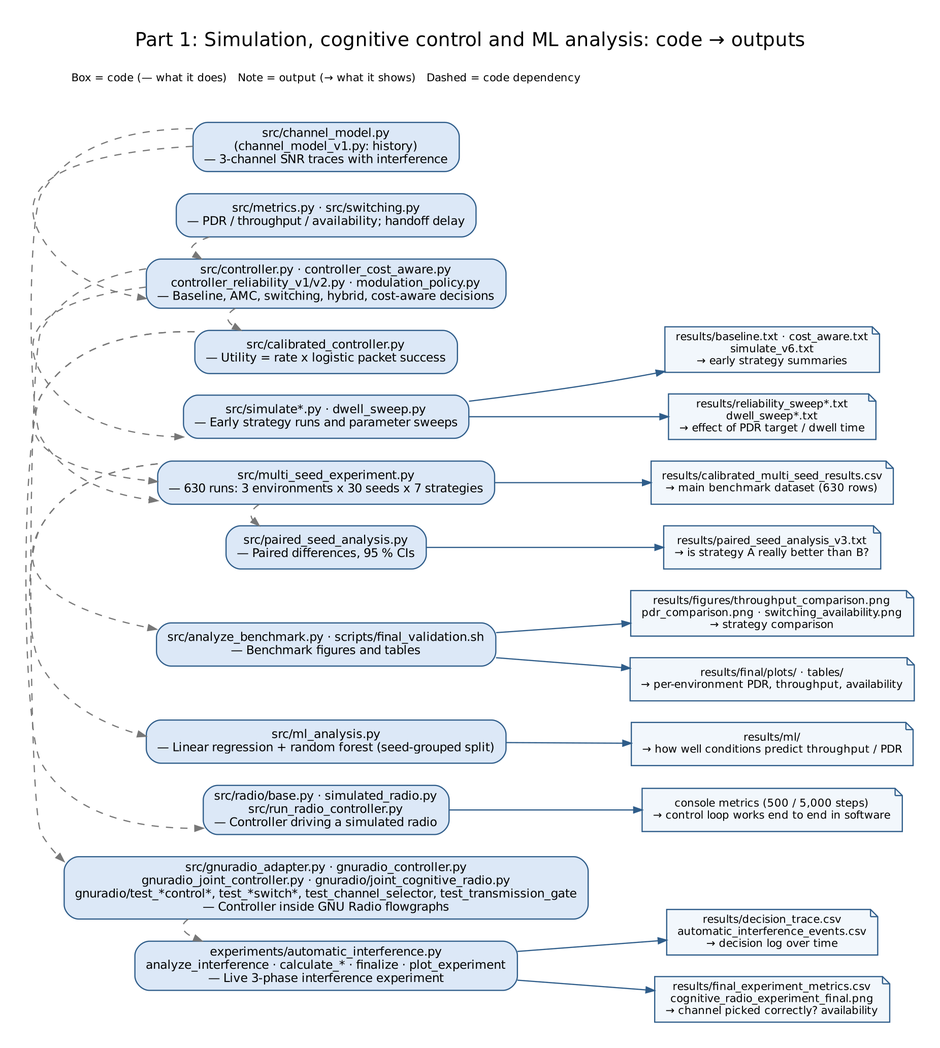
Before: docs/flowcharts/02_code_map_part1.png, a diagram exported from Graphviz (Aadiii21/cognitive-radio). Its source is kept beside it as docs/flowcharts/02_code_map_part1.dot. Source of this version:
```dot
digraph G {
  graph [rankdir=LR, fontname="Helvetica", fontsize=16, labelloc=t, nodesep=0.25, ranksep=0.45, pad=0.3];
  node [fontname="Helvetica", fontsize=10, margin="0.12,0.06"];
  edge [arrowsize=0.7, fontname="Helvetica"];
  label="Part 1: Simulation, cognitive control and ML analysis: code → outputs";
  chan [shape=box, style="rounded,filled", fillcolor="#DCE8F7", color="#2F5D8A", label="src/channel_model.py\n(channel_model_v1.py: history)\n— 3-channel SNR traces with interference"];
  metr [shape=box, style="rounded,filled", fillcolor="#DCE8F7", color="#2F5D8A", label="src/metrics.py · src/switching.py\n— PDR / throughput / availability; handoff delay"];
  ctrl [shape=box, style="rounded,filled", fillcolor="#DCE8F7", color="#2F5D8A", label="src/controller.py · controller_cost_aware.py\ncontroller_reliability_v1/v2.py · modulation_policy.py\n— Baseline, AMC, switching, hybrid, cost-aware decisions"];
  cal [shape=box, style="rounded,filled", fillcolor="#DCE8F7", color="#2F5D8A", label="src/calibrated_controller.py\n— Utility = rate x logistic packet success"];
  sims [shape=box, style="rounded,filled", fillcolor="#DCE8F7", color="#2F5D8A", label="src/simulate*.py · dwell_sweep.py\n— Early strategy runs and parameter sweeps"];
  sims_o0 [shape=note, style=filled, fillcolor="#F2F7FC", color="#2F5D8A", fontsize=9, label="results/baseline.txt · cost_aware.txt\nsimulate_v6.txt\n→ early strategy summaries"];
  sims -> sims_o0 [color="#2F5D8A"];
  sims_o1 [shape=note, style=filled, fillcolor="#F2F7FC", color="#2F5D8A", fontsize=9, label="results/reliability_sweep*.txt\ndwell_sweep*.txt\n→ effect of PDR target / dwell time"];
  sims -> sims_o1 [color="#2F5D8A"];
  bench [shape=box, style="rounded,filled", fillcolor="#DCE8F7", color="#2F5D8A", label="src/multi_seed_experiment.py\n— 630 runs: 3 environments x 30 seeds x 7 strategies"];
  bench_o0 [shape=note, style=filled, fillcolor="#F2F7FC", color="#2F5D8A", fontsize=9, label="results/calibrated_multi_seed_results.csv\n→ main benchmark dataset (630 rows)"];
  bench -> bench_o0 [color="#2F5D8A"];
  pair [shape=box, style="rounded,filled", fillcolor="#DCE8F7", color="#2F5D8A", label="src/paired_seed_analysis.py\n— Paired differences, 95 % CIs"];
  pair_o0 [shape=note, style=filled, fillcolor="#F2F7FC", color="#2F5D8A", fontsize=9, label="results/paired_seed_analysis_v3.txt\n→ is strategy A really better than B?"];
  pair -> pair_o0 [color="#2F5D8A"];
  anal [shape=box, style="rounded,filled", fillcolor="#DCE8F7", color="#2F5D8A", label="src/analyze_benchmark.py · scripts/final_validation.sh\n— Benchmark figures and tables"];
  anal_o0 [shape=note, style=filled, fillcolor="#F2F7FC", color="#2F5D8A", fontsize=9, label="results/figures/throughput_comparison.png\npdr_comparison.png · switching_availability.png\n→ strategy comparison"];
  anal -> anal_o0 [color="#2F5D8A"];
  anal_o1 [shape=note, style=filled, fillcolor="#F2F7FC", color="#2F5D8A", fontsize=9, label="results/final/plots/ · tables/\n→ per-environment PDR, throughput, availability"];
  anal -> anal_o1 [color="#2F5D8A"];
  ml [shape=box, style="rounded,filled", fillcolor="#DCE8F7", color="#2F5D8A", label="src/ml_analysis.py\n— Linear regression + random forest (seed-grouped split)"];
  ml_o0 [shape=note, style=filled, fillcolor="#F2F7FC", color="#2F5D8A", fontsize=9, label="results/ml/\n→ how well conditions predict throughput / PDR"];
  ml -> ml_o0 [color="#2F5D8A"];
  srad [shape=box, style="rounded,filled", fillcolor="#DCE8F7", color="#2F5D8A", label="src/radio/base.py · simulated_radio.py\nsrc/run_radio_controller.py\n— Controller driving a simulated radio"];
  srad_o0 [shape=note, style=filled, fillcolor="#F2F7FC", color="#2F5D8A", fontsize=9, label="console metrics (500 / 5,000 steps)\n→ control loop works end to end in software"];
  srad -> srad_o0 [color="#2F5D8A"];
  grctl [shape=box, style="rounded,filled", fillcolor="#DCE8F7", color="#2F5D8A", label="src/gnuradio_adapter.py · gnuradio_controller.py\ngnuradio_joint_controller.py · gnuradio/joint_cognitive_radio.py\ngnuradio/test_*control*, test_*switch*, test_channel_selector, test_transmission_gate\n— Controller inside GNU Radio flowgraphs"];
  exp [shape=box, style="rounded,filled", fillcolor="#DCE8F7", color="#2F5D8A", label="experiments/automatic_interference.py\nanalyze_interference · calculate_* · finalize · plot_experiment\n— Live 3-phase interference experiment"];
  exp_o0 [shape=note, style=filled, fillcolor="#F2F7FC", color="#2F5D8A", fontsize=9, label="results/decision_trace.csv\nautomatic_interference_events.csv\n→ decision log over time"];
  exp -> exp_o0 [color="#2F5D8A"];
  exp_o1 [shape=note, style=filled, fillcolor="#F2F7FC", color="#2F5D8A", fontsize=9, label="results/final_experiment_metrics.csv\ncognitive_radio_experiment_final.png\n→ channel picked correctly? availability"];
  exp -> exp_o1 [color="#2F5D8A"];
  { rank=same; chan; metr; ctrl; cal; sims; bench; pair; anal; ml; srad; grctl; exp; }
  chan -> metr [style=invis];
  metr -> ctrl [style=invis];
  ctrl -> cal [style=invis];
  cal -> sims [style=invis];
  sims -> bench [style=invis];
  bench -> pair [style=invis];
  pair -> anal [style=invis];
  anal -> ml [style=invis];
  ml -> srad [style=invis];
  srad -> grctl [style=invis];
  grctl -> exp [style=invis];
  chan -> ctrl [style=dashed, color="#777777", constraint=false];
  metr -> ctrl [style=dashed, color="#777777", constraint=false];
  ctrl -> cal [style=dashed, color="#777777", constraint=false];
  ctrl -> sims [style=dashed, color="#777777", constraint=false];
  cal -> bench [style=dashed, color="#777777", constraint=false];
  chan -> bench [style=dashed, color="#777777", constraint=false];
  bench -> pair [style=dashed, color="#777777", constraint=false];
  bench -> anal [style=dashed, color="#777777", constraint=false];
  bench -> ml [style=dashed, color="#777777", constraint=false];
  cal -> srad [style=dashed, color="#777777", constraint=false];
  ctrl -> grctl [style=dashed, color="#777777", constraint=false];
  grctl -> exp [style=dashed, color="#777777", constraint=false];
  legend [shape=plaintext, fontsize=9, label="Box = code (— what it does)   Note = output (→ what it shows)   Dashed = code dependency"];
}
```
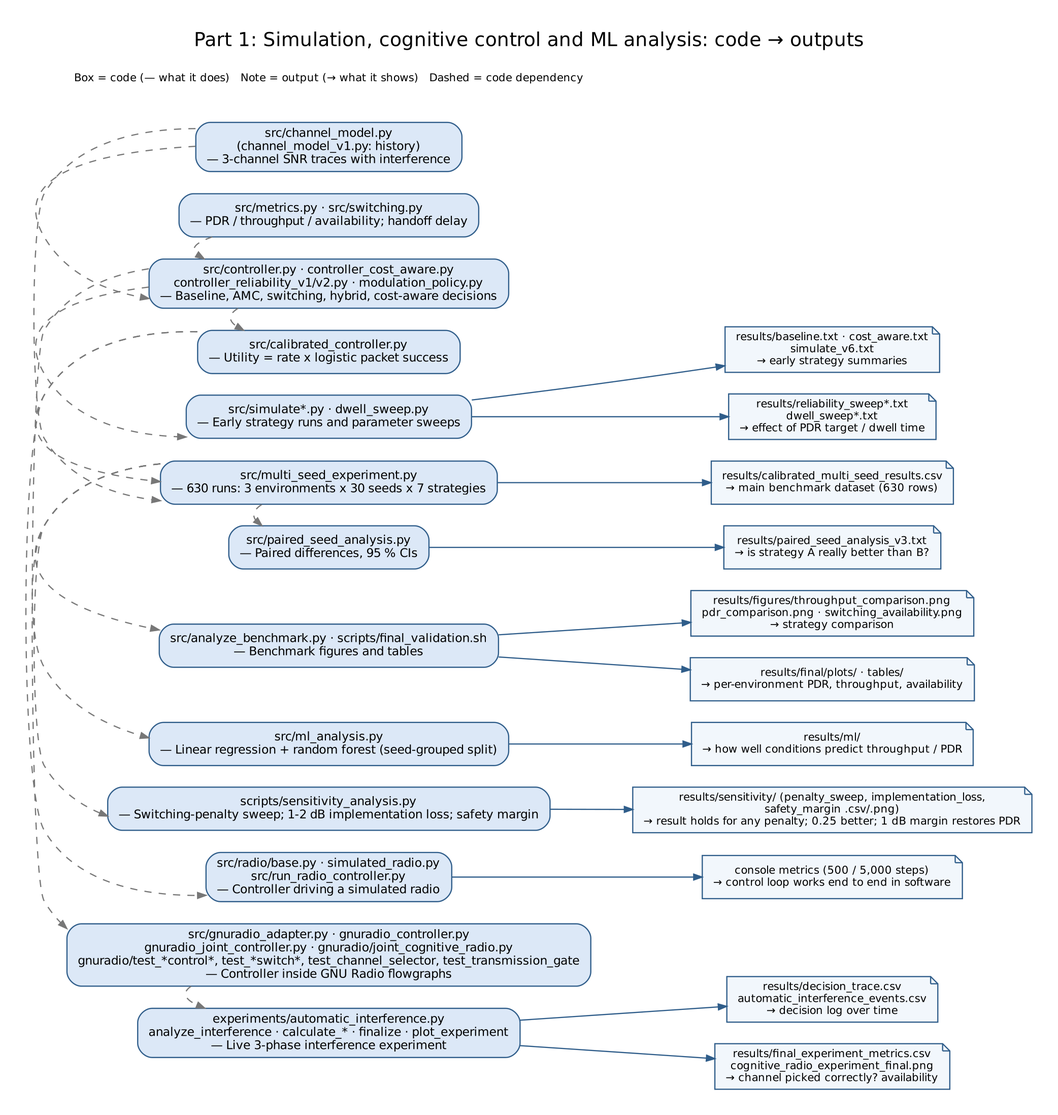
After the commit.

Change to the diagram source:
```diff
@@ -26,6 +26,9 @@
   ml [shape=box, style="rounded,filled", fillcolor="#DCE8F7", color="#2F5D8A", label="src/ml_analysis.py\n— Linear regression + random forest (seed-grouped split)"];
   ml_o0 [shape=note, style=filled, fillcolor="#F2F7FC", color="#2F5D8A", fontsize=9, label="results/ml/\n→ how well conditions predict throughput / PDR"];
   ml -> ml_o0 [color="#2F5D8A"];
+  sens [shape=box, style="rounded,filled", fillcolor="#DCE8F7", color="#2F5D8A", label="scripts/sensitivity_analysis.py\n— Switching-penalty sweep; 1-2 dB implementation loss; safety margin"];
+  sens_o0 [shape=note, style=filled, fillcolor="#F2F7FC", color="#2F5D8A", fontsize=9, label="results/sensitivity/ (penalty_sweep, implementation_loss,\nsafety_margin .csv/.png)\n→ result holds for any penalty; 0.25 better; 1 dB margin restores PDR"];
+  sens -> sens_o0 [color="#2F5D8A"];
   srad [shape=box, style="rounded,filled", fillcolor="#DCE8F7", color="#2F5D8A", label="src/radio/base.py · simulated_radio.py\nsrc/run_radio_controller.py\n— Controller driving a simulated radio"];
   srad_o0 [shape=note, style=filled, fillcolor="#F2F7FC", color="#2F5D8A", fontsize=9, label="console metrics (500 / 5,000 steps)\n→ control loop works end to end in software"];
   srad -> srad_o0 [color="#2F5D8A"];
@@ -35,7 +38,7 @@
   exp -> exp_o0 [color="#2F5D8A"];
   exp_o1 [shape=note, style=filled, fillcolor="#F2F7FC", color="#2F5D8A", fontsize=9, label="results/final_experiment_metrics.csv\ncognitive_radio_experiment_final.png\n→ channel picked correctly? availability"];
   exp -> exp_o1 [color="#2F5D8A"];
-  { rank=same; chan; metr; ctrl; cal; sims; bench; pair; anal; ml; srad; grctl; exp; }
+  { rank=same; chan; metr; ctrl; cal; sims; bench; pair; anal; ml; sens; srad; grctl; exp; }
   chan -> metr [style=invis];
   metr -> ctrl [style=invis];
   ctrl -> cal [style=invis];
@@ -44,7 +47,8 @@
   bench -> pair [style=invis];
   pair -> anal [style=invis];
   anal -> ml [style=invis];
-  ml -> srad [style=invis];
+  ml -> sens [style=invis];
+  sens -> srad [style=invis];
   srad -> grctl [style=invis];
   grctl -> exp [style=invis];
   chan -> ctrl [style=dashed, color="#777777", constraint=false];
@@ -57,6 +61,7 @@
   bench -> anal [style=dashed, color="#777777", constraint=false];
   bench -> ml [style=dashed, color="#777777", constraint=false];
   cal -> srad [style=dashed, color="#777777", constraint=false];
+  bench -> sens [style=dashed, color="#777777", constraint=false];
   ctrl -> grctl [style=dashed, color="#777777", constraint=false];
   grctl -> exp [style=dashed, color="#777777", constraint=false];
   legend [shape=plaintext, fontsize=9, label="Box = code (— what it does)   Note = output (→ what it shows)   Dashed = code dependency"];
```
